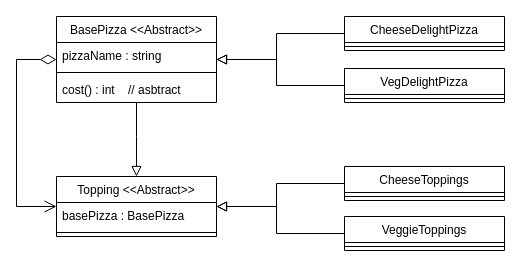
The draw.io diagram umls/Decorator.drawio in rishabmamgai/LLD, before the edit. Source tidied: cells renumbered, new cells numbered last; positions are measured from the earlier drawing's top-left corner, leaving out a move shared by most shapes. Both pictures are drawn from the tidied source at 100%, with x=0, y=0 at pixel (16, 16).
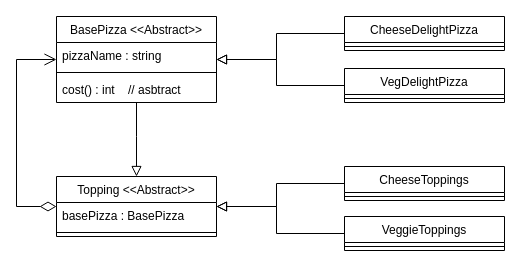
The same diagram, later.

Unchanged cells that the change refers to:
```xml
<mxCell id="2" value="BasePizza &lt;&lt;Abstract&gt;&gt;" style="swimlane;fontStyle=0;align=center;verticalAlign=top;horizontal=1;startSize=26;rounded=0;shadow=0;strokeWidth=1;" parent="1" vertex="1">
  <mxGeometry x="40" width="160" height="86" as="geometry" />
</mxCell>
<mxCell id="12" value="Topping &lt;&lt;Abstract&gt;&gt;" style="swimlane;fontStyle=0;align=center;verticalAlign=top;horizontal=1;startSize=26;rounded=0;shadow=0;strokeWidth=1;" parent="1" vertex="1">
  <mxGeometry x="40" y="160" width="160" height="60" as="geometry" />
</mxCell>
```

Change to the diagram source:
```diff
@@
-    <mxCell id="16" style="endArrow=open;html=1;endSize=10;startArrow=diamondThin;startSize=14;startFill=0;edgeStyle=orthogonalEdgeStyle;align=right;verticalAlign=top;rounded=0;entryX=0;entryY=0.5;entryDx=0;entryDy=0;exitX=0;exitY=0.5;exitDx=0;exitDy=0;labelPosition=left;verticalLabelPosition=top;fontSize=12;" parent="1" edge="1" source="2" target="12">
-      <mxGeometry x="-1" y="3" relative="1" as="geometry">
-        <Array as="points">
-          <mxPoint y="43" />
-          <mxPoint y="190" />
-        </Array>
-      </mxGeometry>
-    </mxCell>
@@
+    <mxCell id="23" style="endArrow=open;html=1;endSize=10;startArrow=diamondThin;startSize=14;startFill=0;edgeStyle=orthogonalEdgeStyle;align=left;verticalAlign=bottom;rounded=0;exitX=0;exitY=0.5;exitDx=0;exitDy=0;entryX=0;entryY=0.5;entryDx=0;entryDy=0;" parent="1" edge="1" source="12" target="2">
+      <mxGeometry x="-1" y="3" relative="1" as="geometry">
+        <Array as="points">
+          <mxPoint y="190" />
+          <mxPoint y="43" />
+        </Array>
+      </mxGeometry>
+    </mxCell>
```
